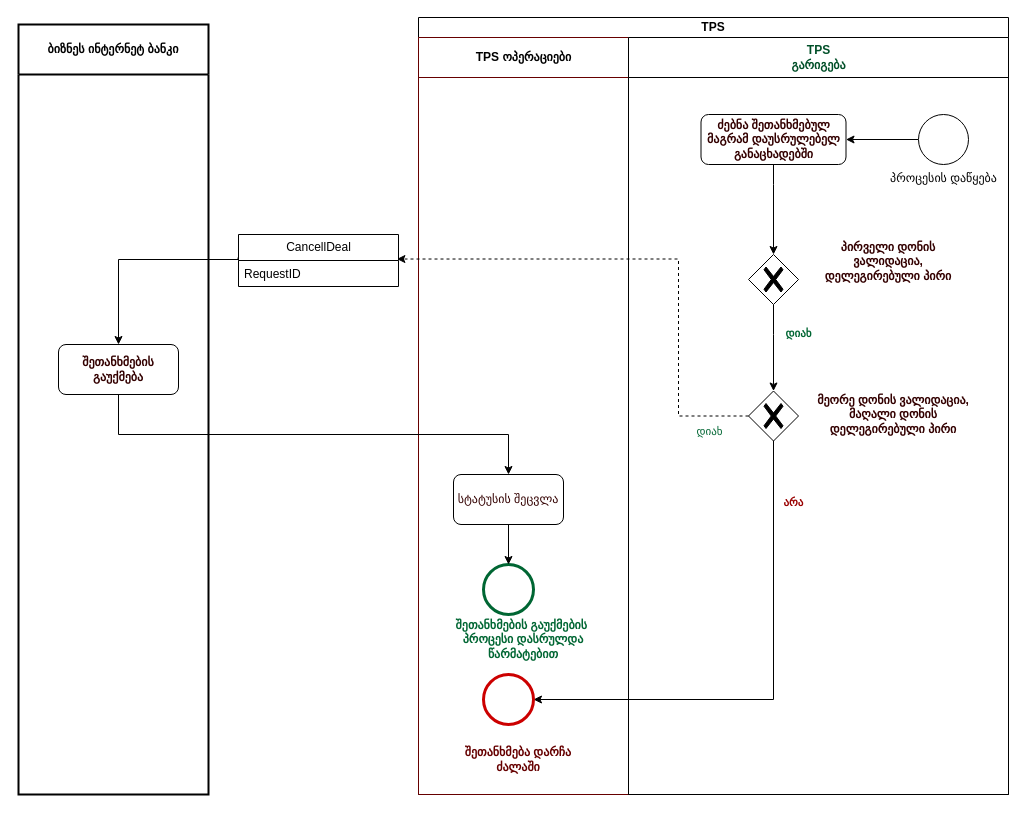
Before: page "შეთანხმების გაუქმება IB" (3 of 4) of RateDealProcessDiagram.drawio in vaso514d/drawio, a draw.io diagram. Source tidied: cells renumbered, new cells numbered last; positions are measured from the earlier drawing's top-left corner, leaving out a move shared by most shapes. Both pictures are drawn from the tidied source at 100%, with x=0, y=0 at pixel (18, 17).
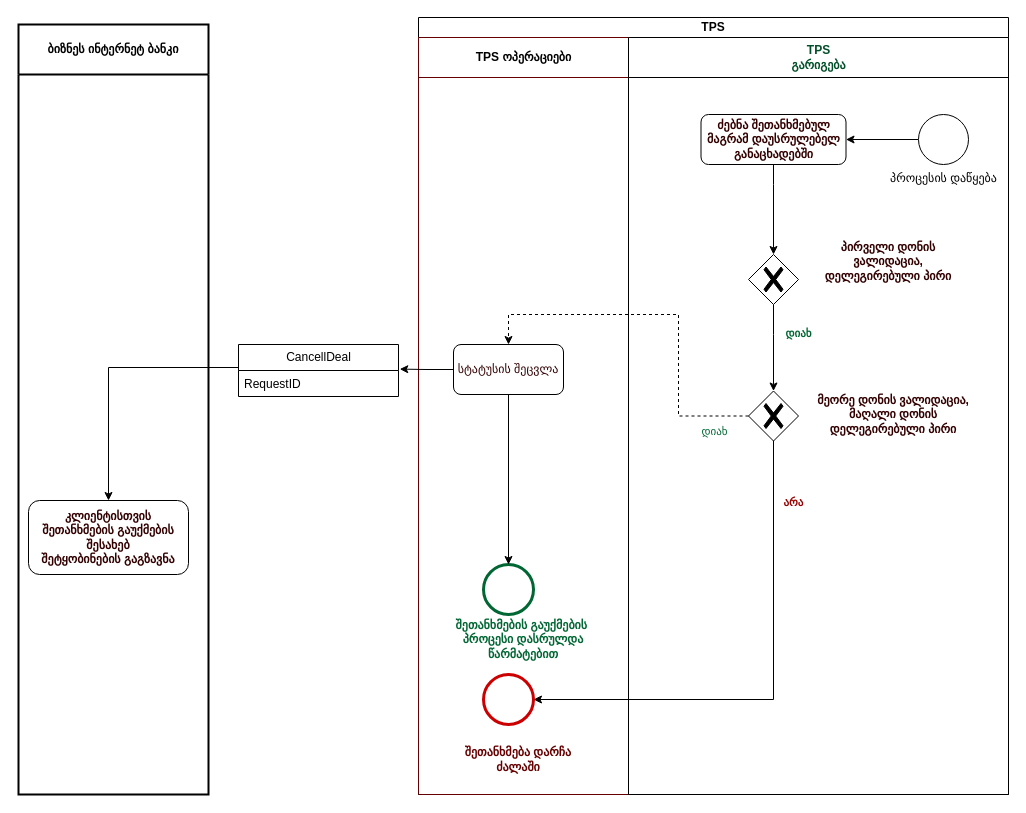
After the change.

Unchanged cells that the change refers to:
```xml
<mxCell id="2" value="&lt;b&gt;ბიზნეს ინტერნეტ ბანკი&lt;/b&gt;" style="swimlane;html=1;startSize=50;fontStyle=0;horizontal=1;swimlaneLine=1;strokeWidth=2;swimlaneFillColor=#ffffff;whiteSpace=wrap;" parent="1" vertex="1">
  <mxGeometry y="7" width="190" height="770" as="geometry" />
</mxCell>
<mxCell id="4" value="TPS" style="swimlane;html=1;startSize=20;whiteSpace=wrap;" parent="1" vertex="1">
  <mxGeometry x="400" width="590" height="777" as="geometry" />
</mxCell>
<mxCell id="7" value="TPS ოპერაციები" style="swimlane;html=1;startSize=40;perimeterSpacing=1;strokeColor=#660000;" parent="4" vertex="1">
  <mxGeometry y="20" width="210" height="757" as="geometry" />
</mxCell>
<mxCell id="15" style="points=[[0.25,0.25,0],[0.5,0,0],[0.75,0.25,0],[1,0.5,0],[0.75,0.75,0],[0.5,1,0],[0.25,0.75,0],[0,0.5,0]];shape=mxgraph.bpmn.gateway2;html=1;verticalLabelPosition=bottom;labelBackgroundColor=#ffffff;verticalAlign=top;align=center;perimeter=rhombusPerimeter;outlineConnect=0;outline=none;symbol=none;gwType=exclusive;" parent="14" vertex="1">
  <mxGeometry x="120" y="353.5" width="50" height="50" as="geometry" />
</mxCell>
<mxCell id="25" value="RequestID" style="text;strokeColor=none;fillColor=none;align=left;verticalAlign=top;spacingLeft=4;spacingRight=4;overflow=hidden;points=[[0,0.5],[1,0.5]];portConstraint=eastwest;whiteSpace=wrap;html=1;fontColor=#000000;" parent="24" vertex="1">
  <mxGeometry y="26" width="160" height="26" as="geometry" />
</mxCell>
```

Change to the diagram source:
```diff
@@
-    <mxCell id="3" value="&lt;b style=&quot;border-color: var(--border-color);&quot;&gt;შეთანხმების გაუქმება&lt;/b&gt;" style="rounded=1;whiteSpace=wrap;html=1;labelBackgroundColor=none;fontColor=#330000;" parent="2" vertex="1">
-      <mxGeometry x="40" y="320" width="120" height="50" as="geometry" />
+    <mxCell id="3" value="&lt;b style=&quot;border-color: var(--border-color);&quot;&gt;კლიენტისთვის&lt;br&gt;შეთანხმების გაუქმების&lt;br&gt;შესახებ&lt;br&gt;შეტყობინების გაგზავნა&lt;br&gt;&lt;/b&gt;" style="rounded=1;whiteSpace=wrap;html=1;labelBackgroundColor=none;fontColor=#330000;" parent="2" vertex="1">
+      <mxGeometry x="10" y="476" width="160" height="74" as="geometry" />
     </mxCell>
@@
     <mxCell id="11" value="სტატუსის შეცვლა" style="rounded=1;whiteSpace=wrap;html=1;labelBackgroundColor=none;fontColor=#330000;fillStyle=auto;strokeWidth=1;" parent="7" vertex="1">
-      <mxGeometry x="35" y="437" width="110" height="50" as="geometry" />
+      <mxGeometry x="35" y="307" width="110" height="50" as="geometry" />
     </mxCell>
@@
+    <mxCell id="28" style="edgeStyle=orthogonalEdgeStyle;rounded=0;jettySize=auto;html=1;fontColor=#006633;entryX=0.5;entryY=0;entryDx=0;entryDy=0;dashed=1;exitX=0;exitY=0.5;exitDx=0;exitDy=0;exitPerimeter=0;" parent="4" edge="1" source="15" target="11">
+      <mxGeometry relative="1" as="geometry">
+        <Array as="points">
+          <mxPoint x="260" y="399" />
+          <mxPoint x="260" y="297" />
+          <mxPoint x="90" y="297" />
+        </Array>
+      </mxGeometry>
+    </mxCell>
+    <mxCell id="29" value="დიახ" style="edgeLabel;html=1;align=center;verticalAlign=middle;fontColor=#006633;" parent="28" vertex="1">
+      <mxGeometry x="-0.93" relative="1" as="geometry">
+        <mxPoint x="-22" y="15" as="offset" />
+      </mxGeometry>
+    </mxCell>
     <mxCell id="24" value="CancellDeal" style="swimlane;fontStyle=0;horizontal=1;startSize=26;fillColor=none;html=1;fontColor=#000000;" parent="1" vertex="1">
-      <mxGeometry x="220" y="217" width="160" height="52" as="geometry" />
+      <mxGeometry x="220" y="327" width="160" height="52" as="geometry" />
     </mxCell>
@@
     <mxCell id="26" style="edgeStyle=orthogonalEdgeStyle;rounded=0;jettySize=auto;html=1;exitX=-0.003;exitY=-0.115;exitDx=0;exitDy=0;entryX=0.5;entryY=0;entryDx=0;entryDy=0;exitPerimeter=0;" parent="1" edge="1" source="25" target="3">
       <mxGeometry relative="1" as="geometry">
         <Array as="points">
-          <mxPoint x="220" y="242" />
-          <mxPoint x="100" y="242" />
+          <mxPoint x="90" y="350" />
         </Array>
       </mxGeometry>
     </mxCell>
-    <mxCell id="27" style="edgeStyle=orthogonalEdgeStyle;rounded=0;jettySize=auto;html=1;startArrow=none;startFill=0;entryX=0.5;entryY=0;entryDx=0;entryDy=0;exitX=0.5;exitY=1;exitDx=0;exitDy=0;" parent="1" edge="1" source="3" target="11">
-      <mxGeometry relative="1" as="geometry">
-        <Array as="points">
-          <mxPoint x="100" y="417" />
-          <mxPoint x="490" y="417" />
-        </Array>
-      </mxGeometry>
-    </mxCell>
-    <mxCell id="28" style="edgeStyle=orthogonalEdgeStyle;rounded=0;jettySize=auto;html=1;fontColor=#006633;entryX=0.99;entryY=-0.057;entryDx=0;entryDy=0;entryPerimeter=0;dashed=1;exitX=0;exitY=0.5;exitDx=0;exitDy=0;exitPerimeter=0;" parent="1" edge="1" source="15" target="25">
-      <mxGeometry relative="1" as="geometry">
-        <Array as="points">
-          <mxPoint x="660" y="398" />
-          <mxPoint x="660" y="242" />
-        </Array>
-      </mxGeometry>
-    </mxCell>
-    <mxCell id="29" value="დიახ" style="edgeLabel;html=1;align=center;verticalAlign=middle;fontColor=#006633;" parent="28" vertex="1">
-      <mxGeometry x="-0.93" relative="1" as="geometry">
-        <mxPoint x="-22" y="15" as="offset" />
-      </mxGeometry>
-    </mxCell>
+    <mxCell id="30" style="edgeStyle=orthogonalEdgeStyle;rounded=0;jettySize=auto;html=1;entryX=1.008;entryY=-0.054;entryDx=0;entryDy=0;entryPerimeter=0;fontColor=#990000;startArrow=none;startFill=0;endArrow=classic;endFill=1;" parent="1" edge="1" source="11" target="25">
+      <mxGeometry relative="1" as="geometry" />
+    </mxCell>
```
